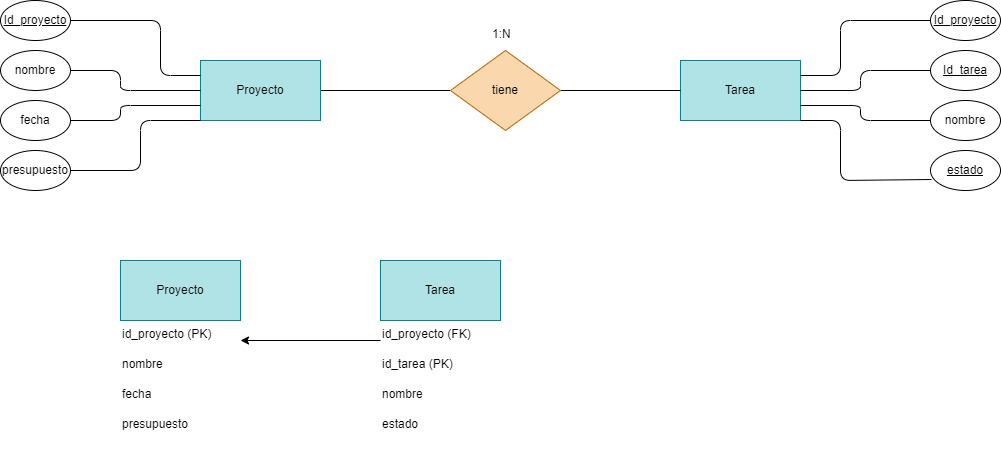
Above: Tareas/Unidad2/ejercicio2.3.drawio.png in WhiteCascade/BAE (draw.io), before the change. Source tidied: cells renumbered, new cells last; positions are measured from the earlier drawing's top-left corner, leaving out a move shared by most shapes.
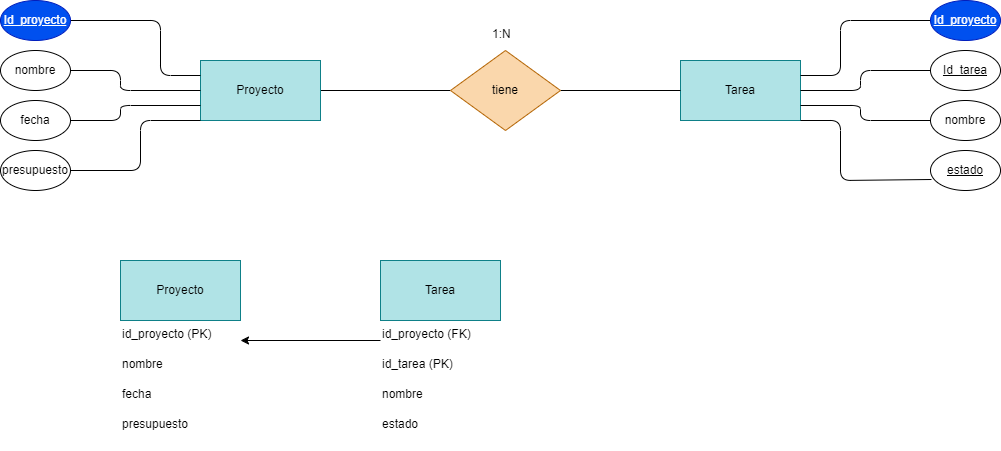
The same diagram one commit later.

Change to the diagram source:
```diff
@@ -25,7 +25,7 @@
         </Array>
       </mxGeometry>
     </mxCell>
-    <mxCell id="8" value="&lt;u&gt;Id_proyecto&lt;/u&gt;" style="ellipse;whiteSpace=wrap;html=1;" parent="1" vertex="1">
+    <mxCell id="8" value="&lt;u&gt;Id_proyecto&lt;/u&gt;" style="ellipse;whiteSpace=wrap;html=1;fillColor=#0050ef;fontColor=#ffffff;strokeColor=#001DBC;" parent="1" vertex="1">
       <mxGeometry width="70" height="40" as="geometry" />
     </mxCell>
     <mxCell id="9" style="edgeStyle=none;html=1;entryX=0;entryY=1;entryDx=0;entryDy=0;endArrow=none;endFill=0;" parent="1" edge="1" source="10" target="3">
@@ -69,7 +69,7 @@
         </Array>
       </mxGeometry>
     </mxCell>
-    <mxCell id="16" value="&lt;u&gt;Id_proyecto&lt;/u&gt;" style="ellipse;whiteSpace=wrap;html=1;" parent="1" vertex="1">
+    <mxCell id="16" value="&lt;u&gt;Id_proyecto&lt;/u&gt;" style="ellipse;whiteSpace=wrap;html=1;fillColor=#0050ef;fontColor=#ffffff;strokeColor=#001DBC;" parent="1" vertex="1">
       <mxGeometry x="930" width="70" height="40" as="geometry" />
     </mxCell>
     <mxCell id="17" style="edgeStyle=none;html=1;entryX=1;entryY=0.75;entryDx=0;entryDy=0;endArrow=none;endFill=0;" parent="1" edge="1" source="18" target="4">
```
